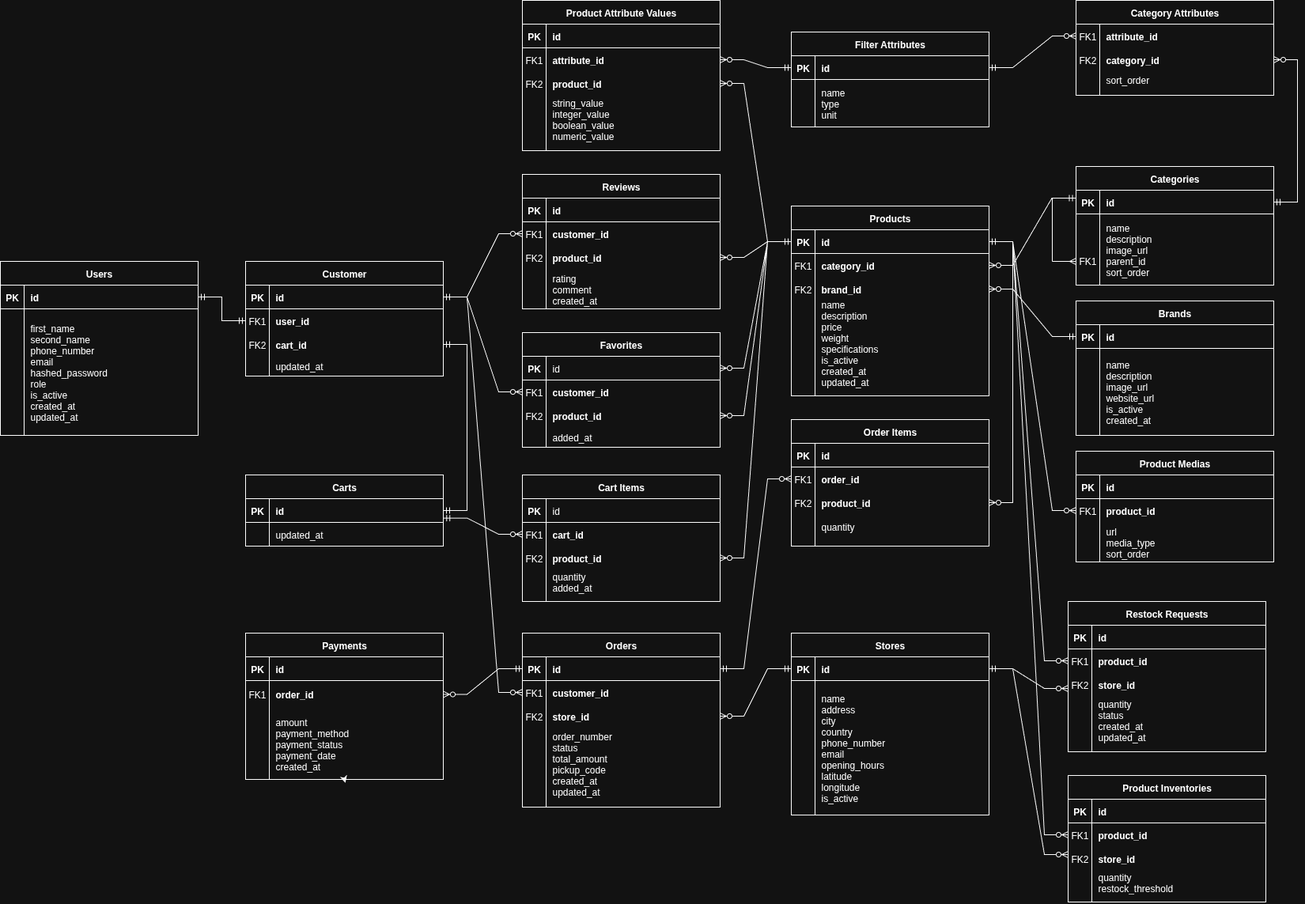
fedorakooo/Tech-Store keeps this draw.io diagram as db/docs/logical_er_diagram.png. Above is the earlier version. Source tidied: cells renumbered, new cells last; positions are measured from the earlier drawing's top-left corner, leaving out a move shared by most shapes.
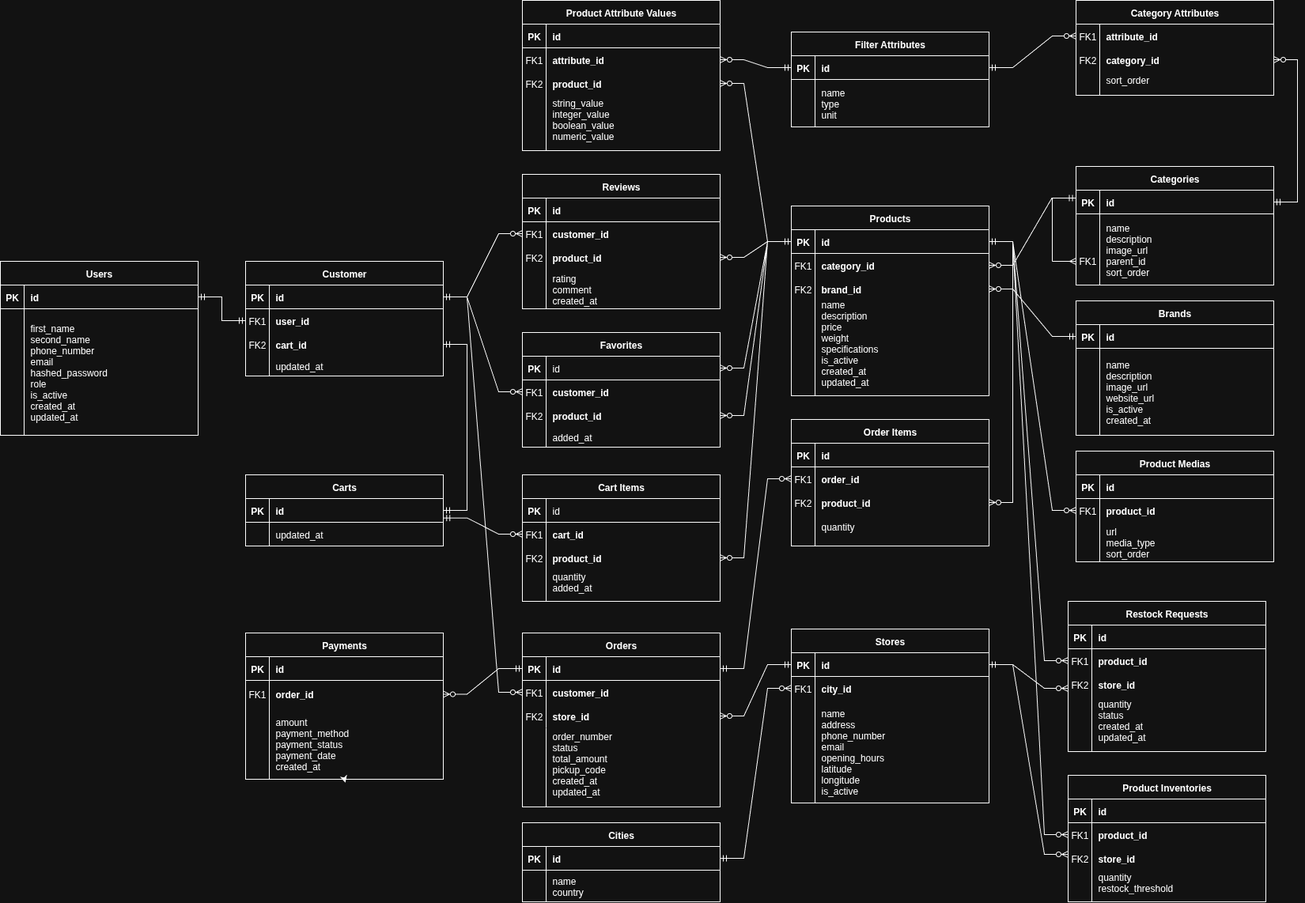
Above is the later version.

Commit message:
Update logical and physical database model diagrams

What changed in the source:
```diff
@@ -86,27 +86,6 @@
     <mxCell id="28" value="name&#10;description&#10;image_url&#10;website_url&#10;is_active&#10;created_at" style="shape=partialRectangle;overflow=hidden;fillColor=none;top=0;left=0;bottom=0;right=0;align=left;spacingLeft=6;" parent="26" vertex="1">
       <mxGeometry x="30" width="220" height="110" as="geometry" />
     </mxCell>
-    <mxCell id="29" value="Stores" style="shape=table;startSize=30;rowLines=0;fontStyle=1;align=center;" parent="1" vertex="1">
-      <mxGeometry x="1000" y="800" width="250" height="230" as="geometry" />
-    </mxCell>
-    <mxCell id="30" style="shape=partialRectangle;fillColor=none;points=[[0,0.5],[1,0.5]];portConstraint=eastwest;top=0;left=0;right=0;bottom=1;" parent="29" vertex="1">
-      <mxGeometry y="30" width="250" height="30" as="geometry" />
-    </mxCell>
-    <mxCell id="31" value="PK" style="shape=partialRectangle;overflow=hidden;fillColor=none;top=0;left=0;bottom=0;right=0;fontStyle=1;" parent="30" vertex="1">
-      <mxGeometry width="30" height="30" as="geometry" />
-    </mxCell>
-    <mxCell id="32" value="id" style="shape=partialRectangle;overflow=hidden;fillColor=none;top=0;left=0;bottom=0;right=0;align=left;spacingLeft=6;fontStyle=1;" parent="30" vertex="1">
-      <mxGeometry x="30" width="220" height="30" as="geometry" />
-    </mxCell>
-    <mxCell id="33" style="shape=partialRectangle;fillColor=none;top=0;left=0;right=0;bottom=0;" parent="29" vertex="1">
-      <mxGeometry y="60" width="250" height="170" as="geometry" />
-    </mxCell>
-    <mxCell id="34" style="shape=partialRectangle;overflow=hidden;fillColor=none;top=0;left=0;bottom=0;right=0;" parent="33" vertex="1">
-      <mxGeometry width="30" height="170" as="geometry" />
-    </mxCell>
-    <mxCell id="35" value="name&#10;address&#10;city&#10;country&#10;phone_number&#10;email&#10;opening_hours&#10;latitude&#10;longitude&#10;is_active" style="shape=partialRectangle;overflow=hidden;fillColor=none;top=0;left=0;bottom=0;right=0;align=left;spacingLeft=6;" parent="33" vertex="1">
-      <mxGeometry x="30" width="220" height="170" as="geometry" />
-    </mxCell>
     <mxCell id="36" value="Categories" style="shape=table;startSize=30;rowLines=0;fontStyle=1;align=center;" parent="1" vertex="1">
       <mxGeometry x="1360" y="210" width="250" height="150" as="geometry" />
     </mxCell>
@@ -519,7 +498,7 @@
     <mxCell id="164" style="edgeStyle=entityRelationEdgeStyle;fontSize=12;html=1;endArrow=ERzeroToMany;startArrow=ERmandOne;rounded=0;exitX=0;exitY=0.5;exitDx=0;exitDy=0;entryX=1;entryY=0.5;entryDx=0;entryDy=0;" parent="1" edge="1" source="3" target="156">
       <mxGeometry relative="1" as="geometry" />
     </mxCell>
-    <mxCell id="165" style="edgeStyle=entityRelationEdgeStyle;fontSize=12;html=1;endArrow=ERzeroToMany;startArrow=ERmandOne;rounded=0;exitX=0;exitY=0.5;exitDx=0;exitDy=0;entryX=1;entryY=0.5;entryDx=0;entryDy=0;" parent="1" edge="1" source="30" target="112">
+    <mxCell id="165" style="edgeStyle=entityRelationEdgeStyle;fontSize=12;html=1;endArrow=ERzeroToMany;startArrow=ERmandOne;rounded=0;entryX=1;entryY=0.5;entryDx=0;entryDy=0;exitX=0;exitY=0.5;exitDx=0;exitDy=0;" parent="1" edge="1" source="232" target="112">
       <mxGeometry relative="1" as="geometry" />
     </mxCell>
     <mxCell id="166" style="edgeStyle=entityRelationEdgeStyle;fontSize=12;html=1;endArrow=ERzeroToMany;startArrow=ERmandOne;rounded=0;entryX=1;entryY=0.5;entryDx=0;entryDy=0;exitX=0;exitY=0.5;exitDx=0;exitDy=0;" parent="1" edge="1" source="3" target="99">
@@ -534,7 +513,7 @@
     <mxCell id="169" style="edgeStyle=entityRelationEdgeStyle;fontSize=12;html=1;endArrow=ERzeroToMany;startArrow=ERmandOne;rounded=0;entryX=0;entryY=0.5;entryDx=0;entryDy=0;exitX=1;exitY=0.5;exitDx=0;exitDy=0;" parent="1" edge="1" source="3" target="60">
       <mxGeometry relative="1" as="geometry" />
     </mxCell>
-    <mxCell id="170" style="edgeStyle=entityRelationEdgeStyle;fontSize=12;html=1;endArrow=ERzeroToMany;startArrow=ERmandOne;rounded=0;exitX=1;exitY=0.5;exitDx=0;exitDy=0;" parent="1" edge="1" source="30">
+    <mxCell id="170" style="edgeStyle=entityRelationEdgeStyle;fontSize=12;html=1;endArrow=ERzeroToMany;startArrow=ERmandOne;rounded=0;exitX=1;exitY=0.5;exitDx=0;exitDy=0;" parent="1" edge="1" source="232">
       <mxGeometry relative="1" as="geometry">
         <mxPoint x="1350" y="870" as="targetPoint" />
       </mxGeometry>
@@ -545,7 +524,7 @@
     <mxCell id="172" style="edgeStyle=entityRelationEdgeStyle;fontSize=12;html=1;endArrow=ERzeroToMany;startArrow=ERmandOne;rounded=0;exitX=1;exitY=0.5;exitDx=0;exitDy=0;entryX=0;entryY=0.5;entryDx=0;entryDy=0;" parent="1" edge="1" source="3" target="83">
       <mxGeometry relative="1" as="geometry" />
     </mxCell>
-    <mxCell id="173" style="edgeStyle=entityRelationEdgeStyle;fontSize=12;html=1;endArrow=ERzeroToMany;startArrow=ERmandOne;rounded=0;exitX=1;exitY=0.5;exitDx=0;exitDy=0;" parent="1" edge="1" source="30">
+    <mxCell id="173" style="edgeStyle=entityRelationEdgeStyle;fontSize=12;html=1;endArrow=ERzeroToMany;startArrow=ERmandOne;rounded=0;exitX=1;exitY=0.5;exitDx=0;exitDy=0;" parent="1" edge="1" source="232">
       <mxGeometry relative="1" as="geometry">
         <mxPoint x="1350" y="1080" as="targetPoint" />
       </mxGeometry>
@@ -756,5 +735,59 @@
     <mxCell id="231" style="edgeStyle=entityRelationEdgeStyle;fontSize=12;html=1;endArrow=ERzeroToMany;startArrow=ERmandOne;rounded=0;exitX=1;exitY=0.5;exitDx=0;exitDy=0;entryX=0;entryY=0.5;entryDx=0;entryDy=0;" parent="1" edge="1" source="215" target="109">
       <mxGeometry relative="1" as="geometry" />
     </mxCell>
+    <mxCell id="29" value="Stores" style="shape=table;startSize=30;rowLines=0;fontStyle=1;align=center;" parent="1" vertex="1">
+      <mxGeometry x="1000" y="795" width="250" height="220" as="geometry" />
+    </mxCell>
+    <mxCell id="232" style="shape=partialRectangle;fillColor=none;points=[[0,0.5],[1,0.5]];portConstraint=eastwest;top=0;left=0;right=0;bottom=1;" parent="29" vertex="1">
+      <mxGeometry y="30" width="250" height="30" as="geometry" />
+    </mxCell>
+    <mxCell id="233" value="PK" style="shape=partialRectangle;overflow=hidden;fillColor=none;top=0;left=0;bottom=0;right=0;fontStyle=1;" parent="232" vertex="1">
+      <mxGeometry width="30" height="30" as="geometry" />
+    </mxCell>
+    <mxCell id="234" value="id" style="shape=partialRectangle;overflow=hidden;fillColor=none;top=0;left=0;bottom=0;right=0;align=left;spacingLeft=6;fontStyle=1;" parent="232" vertex="1">
+      <mxGeometry x="30" width="220" height="30" as="geometry" />
+    </mxCell>
+    <mxCell id="235" style="shape=partialRectangle;fillColor=none;points=[[0,0.5],[1,0.5]];portConstraint=eastwest;top=0;left=0;right=0;bottom=0;" parent="29" vertex="1">
+      <mxGeometry y="60" width="250" height="30" as="geometry" />
+    </mxCell>
+    <mxCell id="236" value="FK1" style="shape=partialRectangle;overflow=hidden;fillColor=none;top=0;left=0;bottom=0;right=0;" parent="235" vertex="1">
+      <mxGeometry width="30" height="30" as="geometry" />
+    </mxCell>
+    <mxCell id="237" value="city_id" style="shape=partialRectangle;overflow=hidden;fillColor=none;top=0;left=0;bottom=0;right=0;align=left;spacingLeft=6;fontStyle=1;" parent="235" vertex="1">
+      <mxGeometry x="30" width="220" height="30" as="geometry" />
+    </mxCell>
+    <mxCell id="238" style="shape=partialRectangle;fillColor=none;top=0;left=0;right=0;bottom=0;" parent="29" vertex="1">
+      <mxGeometry y="90" width="250" height="130" as="geometry" />
+    </mxCell>
+    <mxCell id="239" style="shape=partialRectangle;overflow=hidden;fillColor=none;top=0;left=0;bottom=0;right=0;" parent="238" vertex="1">
+      <mxGeometry width="30" height="130" as="geometry" />
+    </mxCell>
+    <mxCell id="240" value="name&#10;address&#10;phone_number&#10;email&#10;opening_hours&#10;latitude&#10;longitude&#10;is_active" style="shape=partialRectangle;overflow=hidden;fillColor=none;top=0;left=0;bottom=0;right=0;align=left;spacingLeft=6;" parent="238" vertex="1">
+      <mxGeometry x="30" width="220" height="130" as="geometry" />
+    </mxCell>
+    <mxCell id="241" value="Cities" style="shape=table;startSize=30;rowLines=0;fontStyle=1;align=center;" parent="1" vertex="1">
+      <mxGeometry x="660" y="1040" width="250" height="100" as="geometry" />
+    </mxCell>
+    <mxCell id="242" style="shape=partialRectangle;fillColor=none;points=[[0,0.5],[1,0.5]];portConstraint=eastwest;top=0;left=0;right=0;bottom=1;" parent="241" vertex="1">
+      <mxGeometry y="30" width="250" height="30" as="geometry" />
+    </mxCell>
+    <mxCell id="243" value="PK" style="shape=partialRectangle;overflow=hidden;fillColor=none;top=0;left=0;bottom=0;right=0;fontStyle=1;" parent="242" vertex="1">
+      <mxGeometry width="30" height="30" as="geometry" />
+    </mxCell>
+    <mxCell id="244" value="id" style="shape=partialRectangle;overflow=hidden;fillColor=none;top=0;left=0;bottom=0;right=0;align=left;spacingLeft=6;fontStyle=1;" parent="242" vertex="1">
+      <mxGeometry x="30" width="220" height="30" as="geometry" />
+    </mxCell>
+    <mxCell id="245" style="shape=partialRectangle;fillColor=none;top=0;left=0;right=0;bottom=0;" parent="241" vertex="1">
+      <mxGeometry y="60" width="250" height="40" as="geometry" />
+    </mxCell>
+    <mxCell id="246" style="shape=partialRectangle;overflow=hidden;fillColor=none;top=0;left=0;bottom=0;right=0;" parent="245" vertex="1">
+      <mxGeometry width="30" height="40" as="geometry" />
+    </mxCell>
+    <mxCell id="247" value="name&#10;country" style="shape=partialRectangle;overflow=hidden;fillColor=none;top=0;left=0;bottom=0;right=0;align=left;spacingLeft=6;" parent="245" vertex="1">
+      <mxGeometry x="30" width="220" height="40" as="geometry" />
+    </mxCell>
+    <mxCell id="248" style="edgeStyle=entityRelationEdgeStyle;fontSize=12;html=1;endArrow=ERzeroToMany;startArrow=ERmandOne;rounded=0;entryX=0;entryY=0.5;entryDx=0;entryDy=0;exitX=1;exitY=0.5;exitDx=0;exitDy=0;" parent="1" edge="1" source="242" target="235">
+      <mxGeometry relative="1" as="geometry" />
+    </mxCell>
   </root>
 </mxGraphModel>
```
